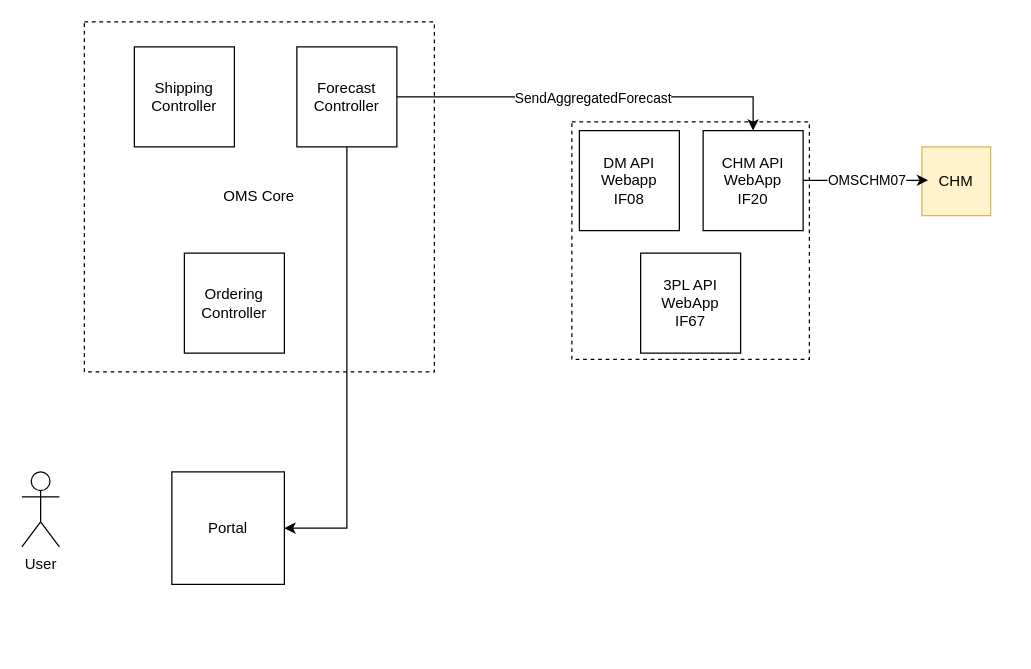
Earlier version of the draw.io diagram OMSDesign.drawio (amitabh-github/justlikethat). Source tidied: cells renumbered, new cells numbered last; positions are measured from the earlier drawing's top-left corner, leaving out a move shared by most shapes. Both pictures are drawn from the tidied source at 125%, with x=0, y=0 at pixel (21, 21).
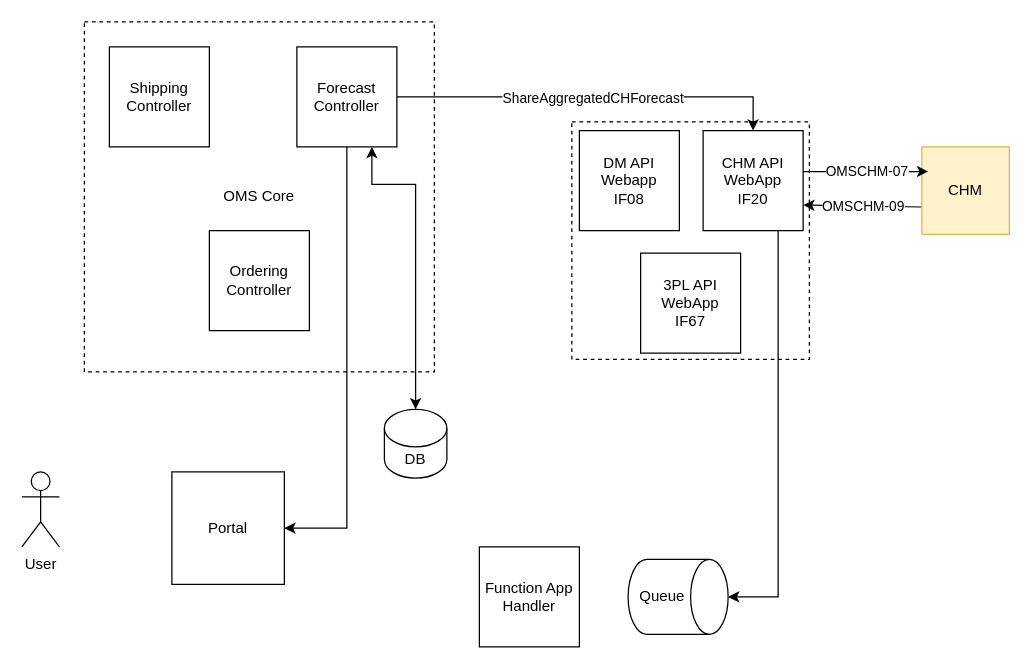
Above is the later version.

The change refers to these unchanged cells:
```xml
<mxCell id="4" value="Forecast Controller" style="whiteSpace=wrap;html=1;" parent="1" vertex="1">
  <mxGeometry x="220" y="20" width="80" height="80" as="geometry" />
</mxCell>
<mxCell id="8" value="CHM API WebApp&lt;br&gt;IF20" style="whiteSpace=wrap;html=1;" parent="1" vertex="1">
  <mxGeometry x="545" y="87" width="80" height="80" as="geometry" />
</mxCell>
<mxCell id="10" style="endArrow=classic;html=1;rounded=0;exitX=1;exitY=0.5;exitDx=0;exitDy=0;entryX=0.5;entryY=0;entryDx=0;entryDy=0;" parent="1" edge="1" source="4" target="8">
  <mxGeometry relative="1" as="geometry">
    <Array as="points">
      <mxPoint x="585" y="60" />
    </Array>
  </mxGeometry>
</mxCell>
```

Change to the diagram source:
```diff
@@
     <mxCell id="3" value="Ordering Controller" style="whiteSpace=wrap;html=1;" parent="1" vertex="1">
-      <mxGeometry x="130" y="185" width="80" height="80" as="geometry" />
+      <mxGeometry x="150" y="167" width="80" height="80" as="geometry" />
     </mxCell>
@@
     <mxCell id="5" value="Shipping Controller" style="whiteSpace=wrap;html=1;" parent="1" vertex="1">
-      <mxGeometry x="90" y="20" width="80" height="80" as="geometry" />
+      <mxGeometry x="70" y="20" width="80" height="80" as="geometry" />
     </mxCell>
@@
-    <mxCell id="11" value="SendAggregatedForecast" style="edgeLabel;html=1;align=center;verticalAlign=middle;" parent="10" vertex="1">
+    <mxCell id="11" value="ShareAggregatedCHForecast" style="edgeLabel;html=1;align=center;verticalAlign=middle;" parent="10" vertex="1">
       <mxGeometry relative="1" as="geometry" />
     </mxCell>
     <mxCell id="12" value="CHM" style="whiteSpace=wrap;html=1;fillColor=#fff2cc;strokeColor=#d6b656;" parent="1" vertex="1">
-      <mxGeometry x="720" y="100" width="55" height="55" as="geometry" />
+      <mxGeometry x="720" y="100" width="70" height="70" as="geometry" />
     </mxCell>
     <mxCell id="13" style="endArrow=classic;html=1;rounded=0;" parent="1" edge="1">
       <mxGeometry relative="1" as="geometry">
-        <mxPoint x="625" y="126.7" as="sourcePoint" />
-        <mxPoint x="725" y="126.7" as="targetPoint" />
+        <mxPoint x="625" y="119.7" as="sourcePoint" />
+        <mxPoint x="725" y="119.7" as="targetPoint" />
       </mxGeometry>
     </mxCell>
-    <mxCell id="14" value="OMSCHM07" style="edgeLabel;html=1;align=center;verticalAlign=middle;" parent="13" vertex="1">
+    <mxCell id="14" value="OMSCHM-07" style="edgeLabel;html=1;align=center;verticalAlign=middle;" parent="13" vertex="1">
       <mxGeometry relative="1" as="geometry" />
     </mxCell>
@@
+    <mxCell id="18" value="DB" style="shape=cylinder3;whiteSpace=wrap;html=1;boundedLbl=1;backgroundOutline=1;size=15;" parent="1" vertex="1">
+      <mxGeometry x="290" y="310" width="50" height="55" as="geometry" />
+    </mxCell>
+    <mxCell id="19" style="endArrow=classic;startArrow=classic;html=1;rounded=0;entryX=0.75;entryY=1;entryDx=0;entryDy=0;" parent="1" edge="1" source="18" target="4">
+      <mxGeometry relative="1" as="geometry">
+        <Array as="points">
+          <mxPoint x="315" y="130" />
+          <mxPoint x="280" y="130" />
+        </Array>
+      </mxGeometry>
+    </mxCell>
+    <mxCell id="20" style="endArrow=classic;html=1;rounded=0;exitX=-0.065;exitY=0.601;exitDx=0;exitDy=0;exitPerimeter=0;entryX=1.001;entryY=0.831;entryDx=0;entryDy=0;entryPerimeter=0;" parent="1" edge="1">
+      <mxGeometry relative="1" as="geometry">
+        <mxPoint x="719.5" y="148.1" as="sourcePoint" />
+        <mxPoint x="625.1" y="146.5" as="targetPoint" />
+      </mxGeometry>
+    </mxCell>
+    <mxCell id="21" value="OMSCHM-09" style="edgeLabel;html=1;align=center;verticalAlign=middle;" parent="20" vertex="1">
+      <mxGeometry relative="1" as="geometry" />
+    </mxCell>
+    <mxCell id="22" value="Queue" style="shape=cylinder3;whiteSpace=wrap;html=1;boundedLbl=1;backgroundOutline=1;size=15;rotation=90;labelPosition=center;verticalLabelPosition=middle;align=center;verticalAlign=middle;horizontal=0;" parent="1" vertex="1">
+      <mxGeometry x="495" y="420" width="60" height="80" as="geometry" />
+    </mxCell>
+    <mxCell id="23" style="endArrow=classic;html=1;rounded=0;entryX=0.5;entryY=0;entryDx=0;entryDy=0;entryPerimeter=0;exitX=0.75;exitY=1;exitDx=0;exitDy=0;" parent="1" edge="1" source="8" target="22">
+      <mxGeometry relative="1" as="geometry">
+        <Array as="points">
+          <mxPoint x="605" y="460" />
+        </Array>
+      </mxGeometry>
+    </mxCell>
+    <mxCell id="24" value="Function App Handler" style="whiteSpace=wrap;html=1;" parent="1" vertex="1">
+      <mxGeometry x="366" y="420" width="80" height="80" as="geometry" />
+    </mxCell>
```
